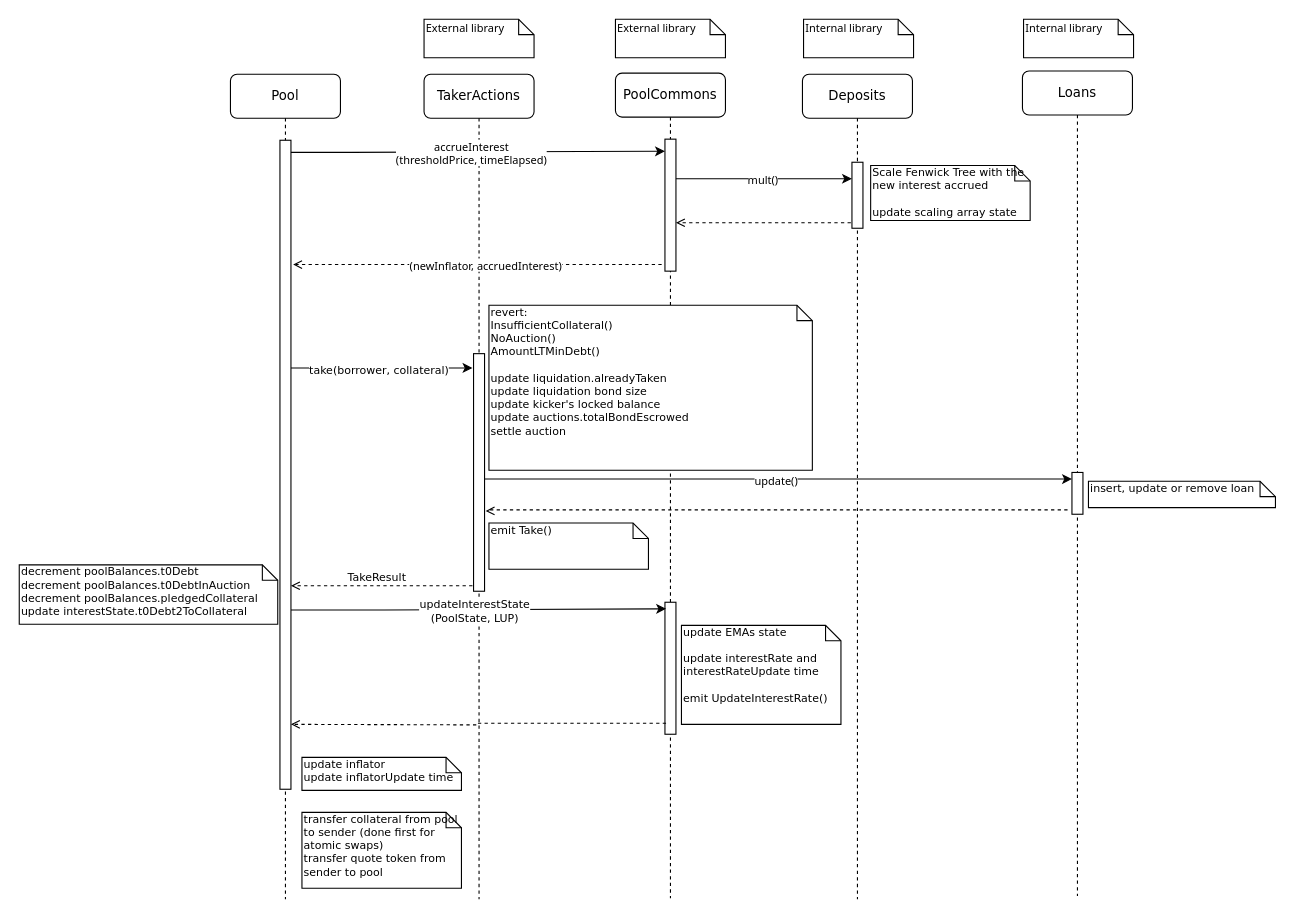
This is docs/drawio/take.drawio from ajna-finance/ajna-core, a draw.io file, before an edit. Source tidied: cells renumbered, new cells numbered last; positions are measured from the earlier drawing's top-left corner, leaving out a move shared by most shapes. Both pictures are drawn from the tidied source at 110%, with x=0, y=0 at pixel (19, 19).
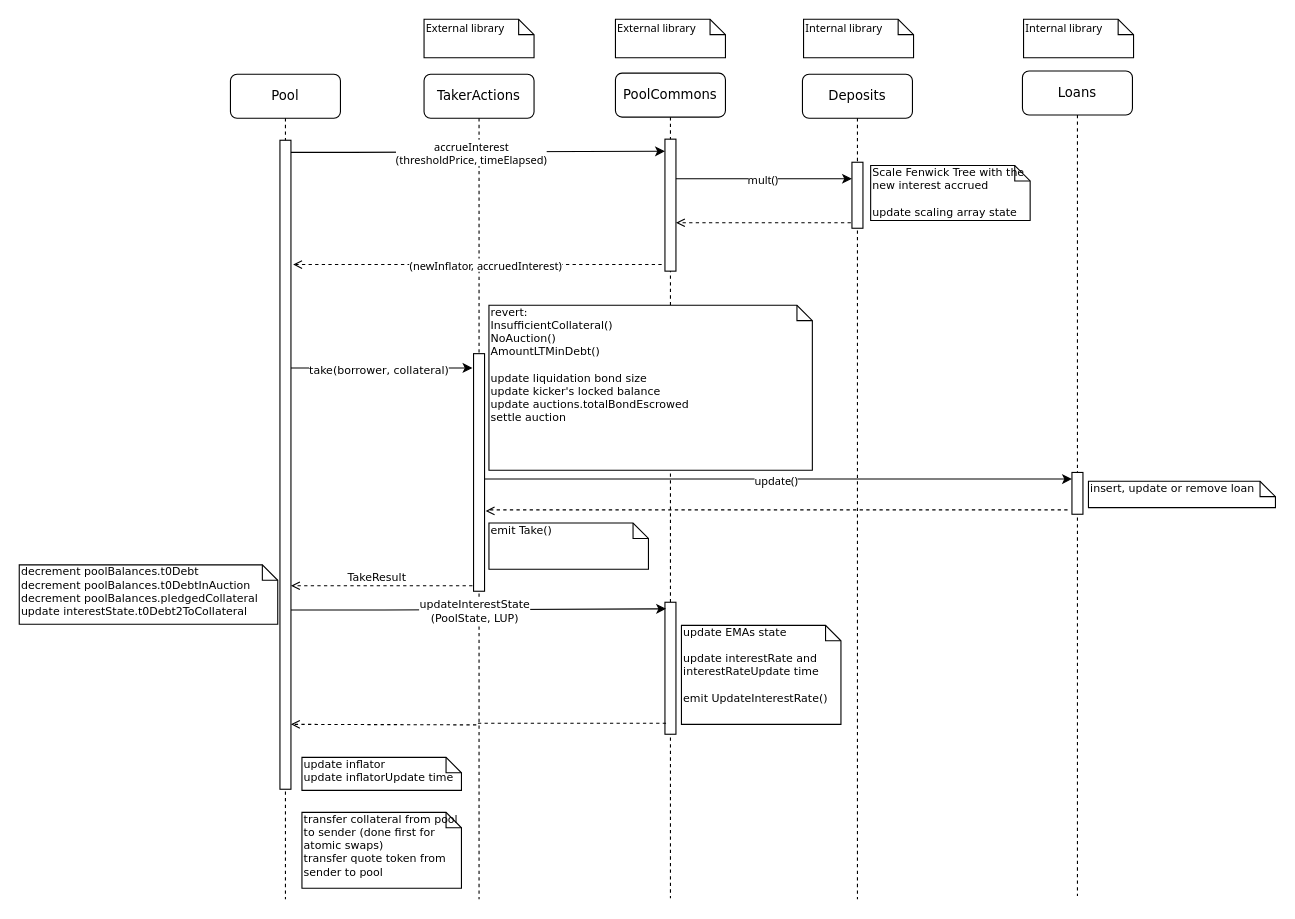
Above is the later version.

Commit message (it also covers changes not shown here):
removed alreadyTaken from drawios

Change to the diagram source:
```diff
@@
-    <mxCell id="38" value="&lt;div&gt;revert:&lt;/div&gt;InsufficientCollateral()&lt;br&gt;NoAuction()&lt;br&gt;AmountLTMinDebt()&lt;div&gt;&lt;br&gt;&lt;/div&gt;update liquidation.alreadyTaken&lt;br&gt;update liquidation bond size&lt;br&gt;update kicker's locked balance&lt;br&gt;&lt;div&gt;update auctions.totalBondEscrowed&lt;/div&gt;&lt;div&gt;settle auction&lt;br&gt;&lt;/div&gt;" style="shape=note;whiteSpace=wrap;html=1;size=14;verticalAlign=top;align=left;spacingTop=-6;rounded=0;shadow=0;comic=0;labelBackgroundColor=none;strokeWidth=1;fontFamily=Verdana;fontSize=10;" parent="1" vertex="1">
+    <mxCell id="38" value="&lt;div&gt;revert:&lt;/div&gt;InsufficientCollateral()&lt;br&gt;NoAuction()&lt;br&gt;AmountLTMinDebt()&lt;div&gt;&lt;br&gt;&lt;/div&gt;update liquidation bond size&lt;br&gt;update kicker's locked balance&lt;br&gt;&lt;div&gt;update auctions.totalBondEscrowed&lt;/div&gt;&lt;div&gt;settle auction&lt;br&gt;&lt;/div&gt;" style="shape=note;whiteSpace=wrap;html=1;size=14;verticalAlign=top;align=left;spacingTop=-6;rounded=0;shadow=0;comic=0;labelBackgroundColor=none;strokeWidth=1;fontFamily=Verdana;fontSize=10;" parent="1" vertex="1">
       <mxGeometry x="427" y="260" width="294" height="150" as="geometry" />
     </mxCell>
```
